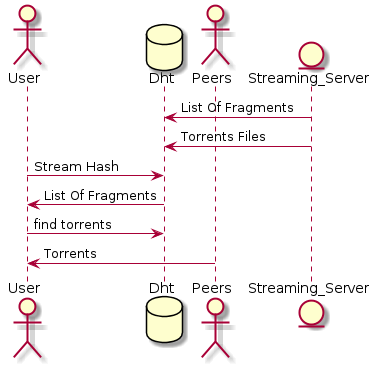
Earlier version of the PlantUML export doc/diagram1.png (Fluturenet/BTStream).
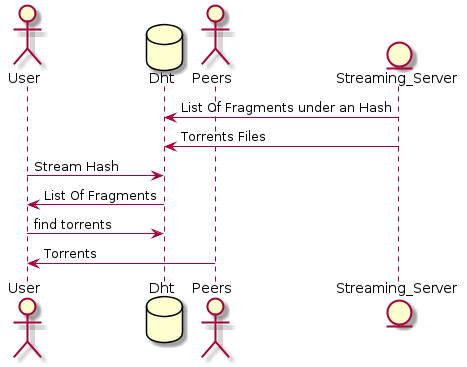
After the change.

What changed in the source:
```diff
@@ -3,7 +3,7 @@
 database Dht
 actor Peers
 entity Streaming_Server
-Streaming_Server -> Dht: List Of Fragments
+Streaming_Server -> Dht: List Of Fragments under an Hash
 Streaming_Server -> Dht: Torrents Files
 User -> Dht : Stream Hash
 Dht -> User : List Of Fragments
```
